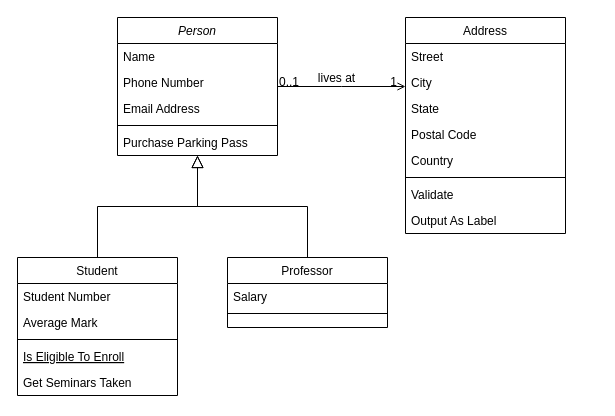
Above: relacionusuarios.drawio in snlaight/fidopt-server (draw.io), before the change. Source tidied: cells renumbered, new cells numbered last; positions are measured from the earlier drawing's top-left corner, leaving out a move shared by most shapes. Both pictures are drawn from the tidied source at 100%, with x=0, y=0 at pixel (17, 17).
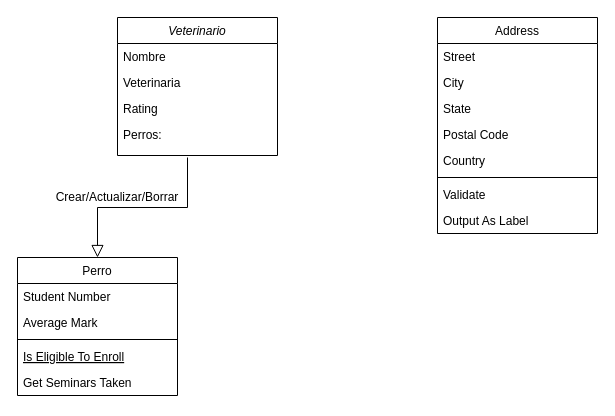
Above is the later version.

Diff of the diagram source:
```diff
@@
-    <mxCell id="2" value="Person" style="swimlane;fontStyle=2;align=center;verticalAlign=top;horizontal=1;startSize=26;rounded=0;shadow=0;strokeWidth=1;" parent="1" vertex="1">
+    <mxCell id="2" value="Veterinario" style="swimlane;fontStyle=2;align=center;verticalAlign=top;horizontal=1;startSize=26;rounded=0;shadow=0;strokeWidth=1;" parent="1" vertex="1">
       <mxGeometry x="100" width="160" height="138" as="geometry" />
     </mxCell>
-    <mxCell id="3" value="Name" style="text;align=left;verticalAlign=top;spacingLeft=4;spacingRight=4;overflow=hidden;" parent="2" vertex="1">
+    <mxCell id="3" value="Nombre" style="text;align=left;verticalAlign=top;spacingLeft=4;spacingRight=4;overflow=hidden;" parent="2" vertex="1">
       <mxGeometry y="26" width="160" height="26" as="geometry" />
     </mxCell>
-    <mxCell id="4" value="Phone Number" style="text;align=left;verticalAlign=top;spacingLeft=4;spacingRight=4;overflow=hidden;rounded=0;shadow=0;html=0;" parent="2" vertex="1">
+    <mxCell id="4" value="Veterinaria" style="text;align=left;verticalAlign=top;spacingLeft=4;spacingRight=4;overflow=hidden;rounded=0;shadow=0;html=0;" parent="2" vertex="1">
       <mxGeometry y="52" width="160" height="26" as="geometry" />
     </mxCell>
-    <mxCell id="5" value="Email Address" style="text;align=left;verticalAlign=top;spacingLeft=4;spacingRight=4;overflow=hidden;rounded=0;shadow=0;html=0;" parent="2" vertex="1">
+    <mxCell id="5" value="Rating" style="text;align=left;verticalAlign=top;spacingLeft=4;spacingRight=4;overflow=hidden;rounded=0;shadow=0;html=0;" parent="2" vertex="1">
       <mxGeometry y="78" width="160" height="26" as="geometry" />
     </mxCell>
-    <mxCell id="6" style="line;html=1;strokeWidth=1;align=left;verticalAlign=middle;spacingTop=-1;spacingLeft=3;spacingRight=3;labelPosition=right;" parent="2" vertex="1">
-      <mxGeometry y="104" width="160" height="8" as="geometry" />
-    </mxCell>
-    <mxCell id="7" value="Purchase Parking Pass" style="text;align=left;verticalAlign=top;spacingLeft=4;spacingRight=4;overflow=hidden;" parent="2" vertex="1">
-      <mxGeometry y="112" width="160" height="26" as="geometry" />
-    </mxCell>
+    <mxCell id="32" value="Perros: " style="text;align=left;verticalAlign=top;spacingLeft=4;spacingRight=4;overflow=hidden;rounded=0;shadow=0;html=0;" parent="2" vertex="1">
+      <mxGeometry y="104" width="160" height="26" as="geometry" />
+    </mxCell>
-    <mxCell id="8" value="Student" style="swimlane;fontStyle=0;align=center;verticalAlign=top;horizontal=1;startSize=26;rounded=0;shadow=0;strokeWidth=1;" parent="1" vertex="1">
+    <mxCell id="8" value="Perro" style="swimlane;fontStyle=0;align=center;verticalAlign=top;horizontal=1;startSize=26;rounded=0;shadow=0;strokeWidth=1;" parent="1" vertex="1">
       <mxGeometry y="240" width="160" height="138" as="geometry" />
     </mxCell>
@@
-    <mxCell id="14" style="endArrow=block;endSize=10;endFill=0;shadow=0;strokeWidth=1;rounded=0;edgeStyle=elbowEdgeStyle;elbow=vertical;" parent="1" edge="1" source="8" target="2">
-      <mxGeometry relative="1" as="geometry" />
+    <mxCell id="14" style="endArrow=block;endSize=10;endFill=0;shadow=0;strokeWidth=1;rounded=0;edgeStyle=elbowEdgeStyle;elbow=vertical;entryX=0.5;entryY=0;entryDx=0;entryDy=0;" parent="1" edge="1" target="8">
+      <mxGeometry relative="1" as="geometry">
+        <mxPoint x="170" y="140" as="sourcePoint" />
+      </mxGeometry>
     </mxCell>
-    <mxCell id="15" value="Professor" style="swimlane;fontStyle=0;align=center;verticalAlign=top;horizontal=1;startSize=26;rounded=0;shadow=0;strokeWidth=1;" parent="1" vertex="1">
-      <mxGeometry x="210" y="240" width="160" height="70" as="geometry" />
-    </mxCell>
-    <mxCell id="16" value="Salary" style="text;align=left;verticalAlign=top;spacingLeft=4;spacingRight=4;overflow=hidden;" parent="15" vertex="1">
-      <mxGeometry y="26" width="160" height="26" as="geometry" />
-    </mxCell>
-    <mxCell id="17" style="line;html=1;strokeWidth=1;align=left;verticalAlign=middle;spacingTop=-1;spacingLeft=3;spacingRight=3;labelPosition=right;" parent="15" vertex="1">
-      <mxGeometry y="52" width="160" height="8" as="geometry" />
-    </mxCell>
-    <mxCell id="18" style="endArrow=block;endSize=10;endFill=0;shadow=0;strokeWidth=1;rounded=0;edgeStyle=elbowEdgeStyle;elbow=vertical;" parent="1" edge="1" source="15" target="2">
-      <mxGeometry relative="1" as="geometry" />
-    </mxCell>
     <mxCell id="19" value="Address" style="swimlane;fontStyle=0;align=center;verticalAlign=top;horizontal=1;startSize=26;rounded=0;shadow=0;strokeWidth=1;" parent="1" vertex="1">
-      <mxGeometry x="388" width="160" height="216" as="geometry" />
+      <mxGeometry x="420" width="160" height="216" as="geometry" />
     </mxCell>
@@
-    <mxCell id="28" style="endArrow=open;shadow=0;strokeWidth=1;rounded=0;endFill=1;edgeStyle=elbowEdgeStyle;elbow=vertical;" parent="1" edge="1" source="2" target="19">
-      <mxGeometry x="0.5" y="41" relative="1" as="geometry">
-        <mxPoint x="-40" y="32" as="offset" />
-      </mxGeometry>
-    </mxCell>
-    <mxCell id="29" value="0..1" style="align=left;verticalAlign=bottom;labelBackgroundColor=none;fontSize=12;" parent="28" vertex="1">
-      <mxGeometry x="-1" relative="1" as="geometry">
-        <mxPoint y="4" as="offset" />
-      </mxGeometry>
-    </mxCell>
-    <mxCell id="30" value="1" style="align=right;verticalAlign=bottom;labelBackgroundColor=none;fontSize=12;" parent="28" vertex="1">
-      <mxGeometry x="1" relative="1" as="geometry">
-        <mxPoint x="-7" y="4" as="offset" />
-      </mxGeometry>
-    </mxCell>
-    <mxCell id="31" value="lives at" style="text;html=1;align=center;verticalAlign=middle;labelBackgroundColor=none;rounded=0;shadow=0;strokeWidth=1;fontSize=12;" parent="28" vertex="1">
-      <mxGeometry x="0.5" y="49" relative="1" as="geometry">
-        <mxPoint x="-38" y="40" as="offset" />
-      </mxGeometry>
-    </mxCell>
+    <mxCell id="33" value="Crear/Actualizar/Borrar" style="text;html=1;strokeColor=none;fillColor=none;align=center;verticalAlign=middle;whiteSpace=wrap;rounded=0;" parent="1" vertex="1">
+      <mxGeometry x="80" y="170" width="40" height="20" as="geometry" />
+    </mxCell>
```
